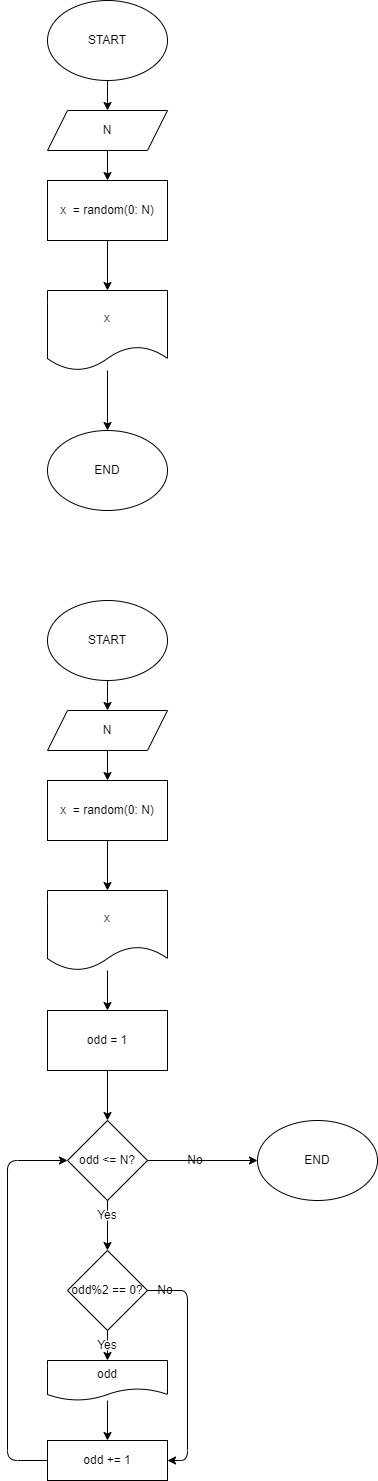
The draw.io diagram ex000.drawio.png in Vangogh911/practice_temp, before a commit. Source tidied: cells renumbered, new cells last; positions are measured from the earlier drawing's top-left corner, leaving out a move shared by most shapes.
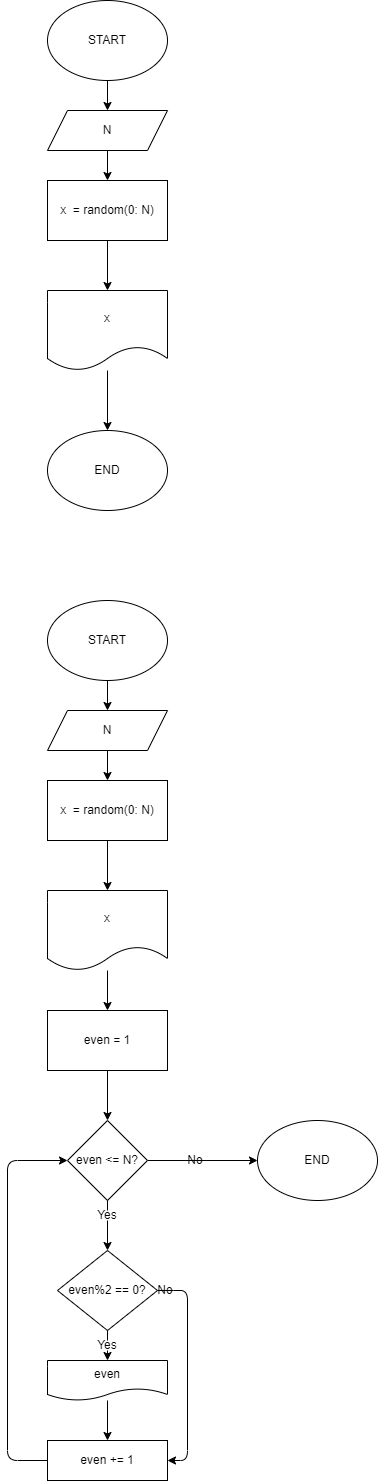
After the change.

Commit message:
add odd numbers

What changed in the source:
```diff
@@ -59,7 +59,7 @@
     <mxCell id="20" style="edgeStyle=none;html=1;" parent="1" edge="1" source="21" target="24">
       <mxGeometry relative="1" as="geometry" />
     </mxCell>
-    <mxCell id="21" value="odd = 1" style="rounded=0;whiteSpace=wrap;html=1;" parent="1" vertex="1">
+    <mxCell id="21" value="even = 1" style="rounded=0;whiteSpace=wrap;html=1;" parent="1" vertex="1">
       <mxGeometry x="40" y="1010" width="120" height="60" as="geometry" />
     </mxCell>
     <mxCell id="22" style="edgeStyle=none;html=1;startArrow=none;" parent="1" edge="1" source="36" target="27">
@@ -68,7 +68,7 @@
     <mxCell id="23" style="edgeStyle=none;html=1;entryX=0;entryY=0.5;entryDx=0;entryDy=0;" parent="1" edge="1" source="24" target="17">
       <mxGeometry relative="1" as="geometry" />
     </mxCell>
-    <mxCell id="24" value="odd &amp;lt;= N?" style="rhombus;whiteSpace=wrap;html=1;" parent="1" vertex="1">
+    <mxCell id="24" value="even&amp;nbsp;&amp;lt;= N?" style="rhombus;whiteSpace=wrap;html=1;" parent="1" vertex="1">
       <mxGeometry x="60" y="1120" width="80" height="80" as="geometry" />
     </mxCell>
     <mxCell id="25" style="edgeStyle=none;html=1;startArrow=none;" parent="1" edge="1" source="32" target="29">
@@ -82,13 +82,13 @@
         </Array>
       </mxGeometry>
     </mxCell>
-    <mxCell id="27" value="odd%2 == 0?" style="rhombus;whiteSpace=wrap;html=1;" parent="1" vertex="1">
-      <mxGeometry x="60" y="1250" width="80" height="80" as="geometry" />
+    <mxCell id="27" value="even%2 == 0?" style="rhombus;whiteSpace=wrap;html=1;" parent="1" vertex="1">
+      <mxGeometry x="50" y="1250" width="100" height="80" as="geometry" />
     </mxCell>
     <mxCell id="28" style="edgeStyle=none;html=1;" parent="1" edge="1" source="29" target="31">
       <mxGeometry relative="1" as="geometry" />
     </mxCell>
-    <mxCell id="29" value="odd" style="shape=document;whiteSpace=wrap;html=1;boundedLbl=1;" parent="1" vertex="1">
+    <mxCell id="29" value="even" style="shape=document;whiteSpace=wrap;html=1;boundedLbl=1;" parent="1" vertex="1">
       <mxGeometry x="40" y="1360" width="120" height="40" as="geometry" />
     </mxCell>
     <mxCell id="30" style="edgeStyle=none;html=1;entryX=0;entryY=0.5;entryDx=0;entryDy=0;" parent="1" edge="1" source="31" target="24">
@@ -99,7 +99,7 @@
         </Array>
       </mxGeometry>
     </mxCell>
-    <mxCell id="31" value="odd += 1" style="rounded=0;whiteSpace=wrap;html=1;" parent="1" vertex="1">
+    <mxCell id="31" value="even&amp;nbsp;+= 1" style="rounded=0;whiteSpace=wrap;html=1;" parent="1" vertex="1">
       <mxGeometry x="40" y="1440" width="120" height="40" as="geometry" />
     </mxCell>
     <mxCell id="32" value="Yes" style="text;html=1;strokeColor=none;fillColor=none;align=center;verticalAlign=middle;whiteSpace=wrap;rounded=0;" parent="1" vertex="1">
```
